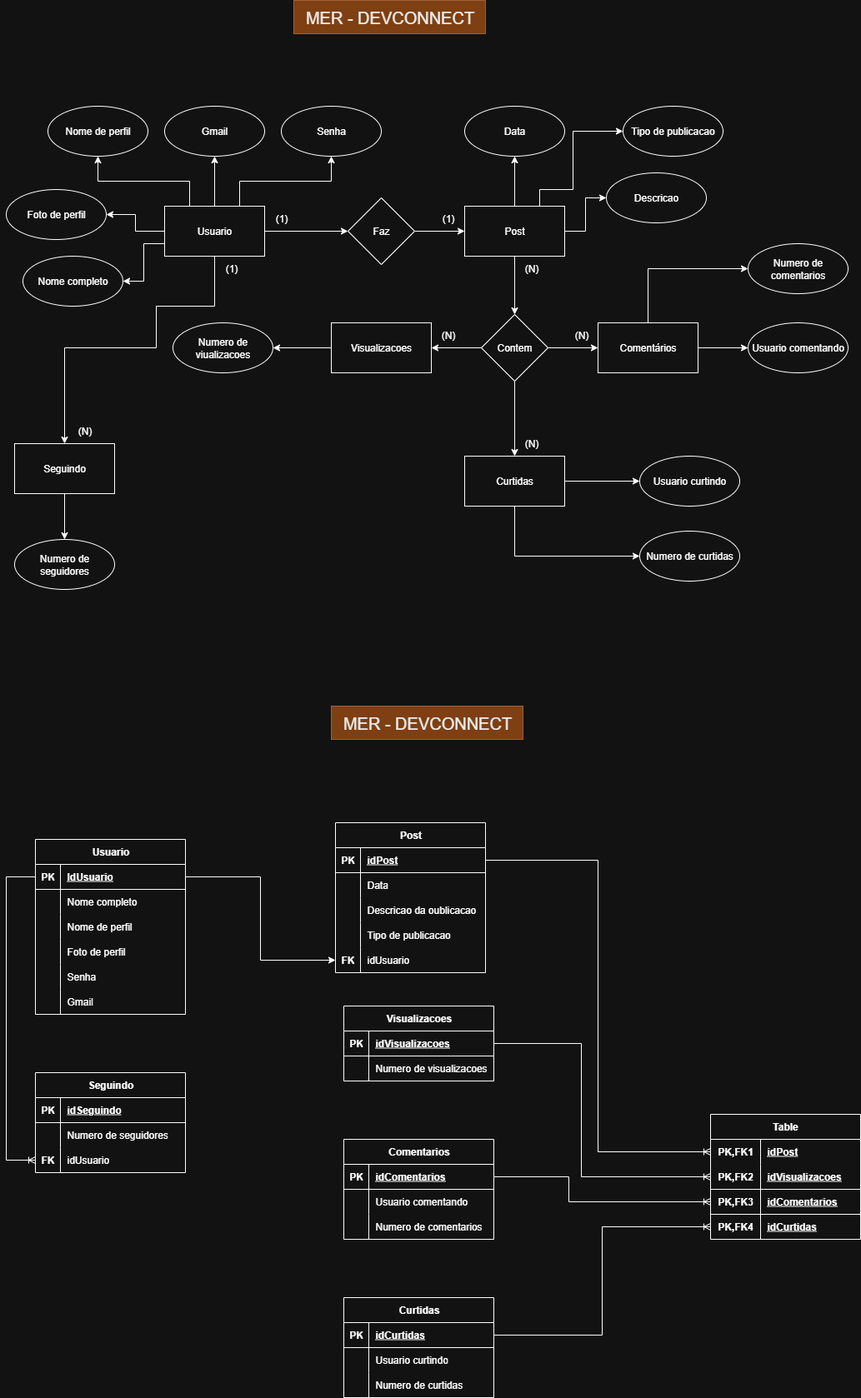
This is DER-ESCOLA-MOURA-Página-11.drawio.png from Joao-Santos-F/Banco_de-Dados-M, a draw.io export, as it was before one commit. Source tidied: cells renumbered, new cells last; positions are measured from the earlier drawing's top-left corner, leaving out a move shared by most shapes.
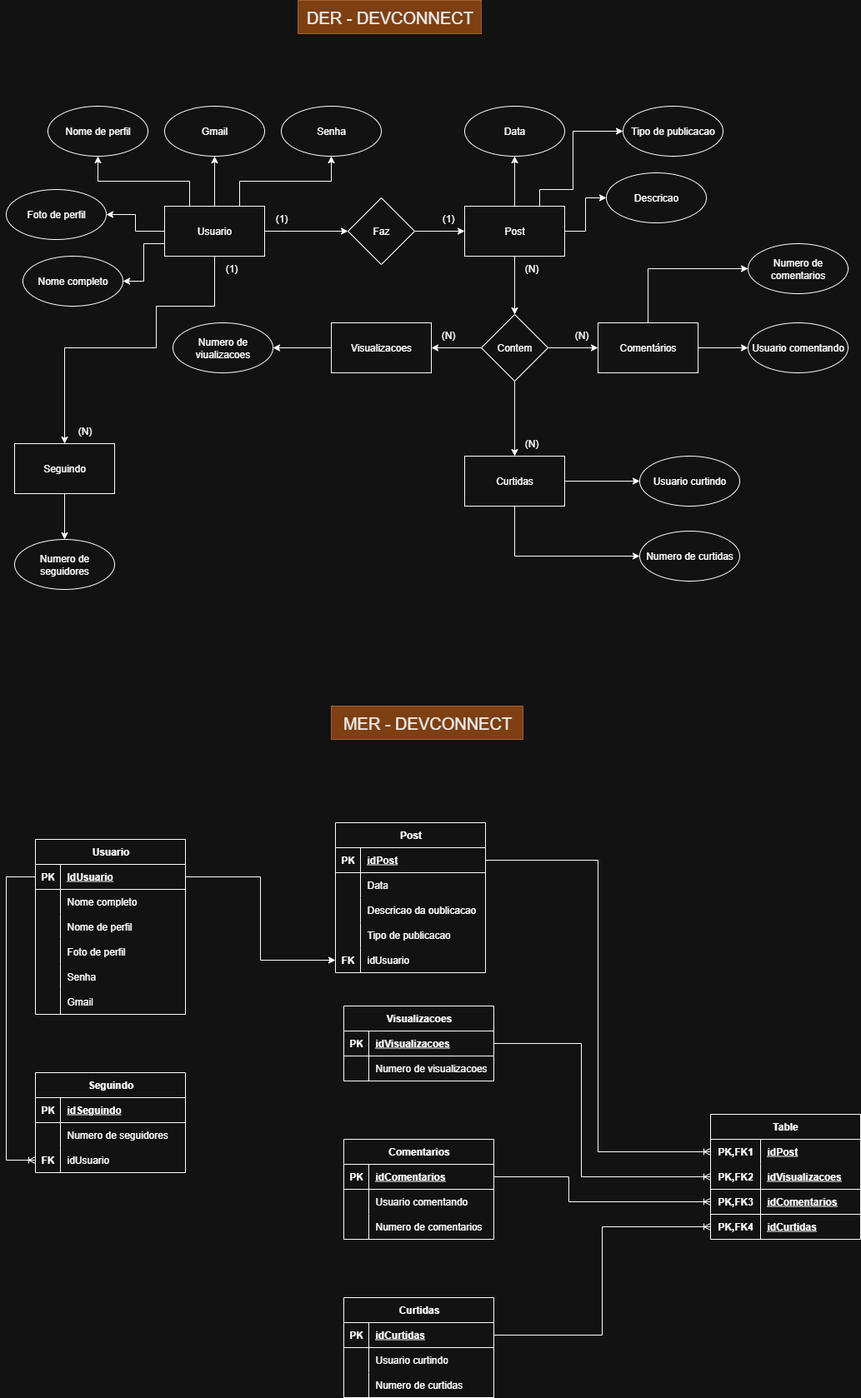
After the change.

Commit message:
Feito a atividade do DevConnect 19/09

The edit, as a diff of the source:
```diff
@@ -153,8 +153,8 @@
     <mxCell id="47" value="Descricao" style="ellipse;whiteSpace=wrap;html=1;" parent="1" vertex="1">
       <mxGeometry x="720" y="207" width="120" height="60" as="geometry" />
     </mxCell>
-    <mxCell id="48" value="MER - DEVCONNECT" style="text;html=1;align=center;verticalAlign=middle;strokeColor=#C73500;fillColor=#fa6800;fontColor=#000000;opacity=50;fontSize=20;" parent="1" vertex="1">
-      <mxGeometry x="345" width="230" height="40" as="geometry" />
+    <mxCell id="48" value="DER - DEVCONNECT" style="text;html=1;align=center;verticalAlign=middle;strokeColor=#C73500;fillColor=#fa6800;fontColor=#000000;opacity=50;fontSize=20;" parent="1" vertex="1">
+      <mxGeometry x="350" width="220" height="40" as="geometry" />
     </mxCell>
     <mxCell id="49" value="MER - DEVCONNECT" style="text;html=1;align=center;verticalAlign=middle;strokeColor=#C73500;fillColor=#fa6800;fontColor=#000000;opacity=50;fontSize=20;" parent="1" vertex="1">
       <mxGeometry x="390" y="847" width="230" height="40" as="geometry" />
```
